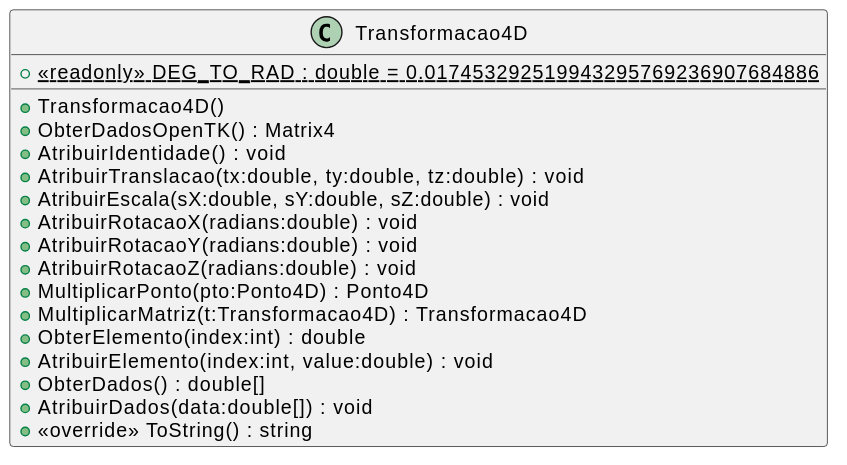
Earlier version of the PlantUML export svg/CG_Biblioteca/plantuml/Transformacao4D.svg (majutestoni/disciplina_CG_2025_1).
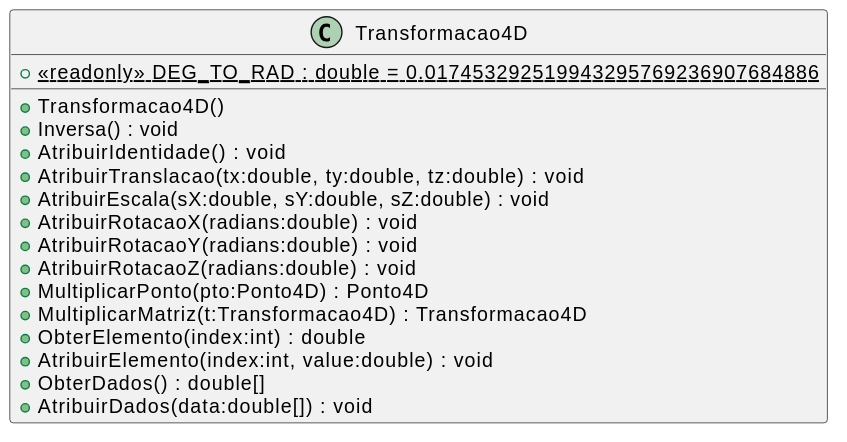
After the commit.

Diff of the diagram source:
```diff
@@ -2,7 +2,7 @@
 class Transformacao4D {
     {static} + <<readonly>> DEG_TO_RAD : double = 0.017453292519943295769236907684886
     + Transformacao4D()
-    + ObterDadosOpenTK() : Matrix4
+    + Inversa() : void
     + AtribuirIdentidade() : void
     + AtribuirTranslacao(tx:double, ty:double, tz:double) : void
     + AtribuirEscala(sX:double, sY:double, sZ:double) : void
@@ -15,6 +15,5 @@
     + AtribuirElemento(index:int, value:double) : void
     + ObterDados() : double[]
     + AtribuirDados(data:double[]) : void
-    + <<override>> ToString() : string
 }
 @enduml
```
